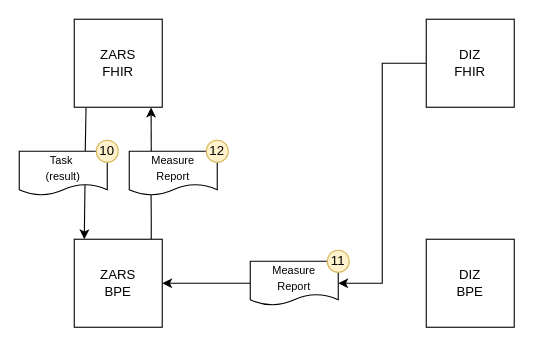
medizininformatik-initiative/mii-process-feasibility keeps this draw.io diagram as codex-process-feasibility/docs/codex-feasibility-process-04.drawio. Above is the earlier version. Source tidied: cells renumbered, new cells numbered last; positions are measured from the earlier drawing's top-left corner, leaving out a move shared by most shapes. Both pictures are drawn from the tidied source at 110%, with x=0, y=0 at pixel (19, 19).
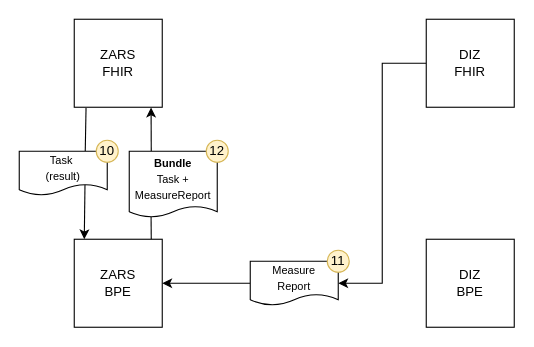
The same page after the edit.

Change to the diagram source:
```diff
@@
 <mxGraphModel>
   <root>
     <mxCell id="0" />
     <mxCell id="1" parent="0" />
     <mxCell id="2" style="edgeStyle=orthogonalEdgeStyle;rounded=0;jettySize=auto;html=1;exitX=0.134;exitY=1.007;exitDx=0;exitDy=0;entryX=0.75;entryY=0;entryDx=0;entryDy=0;startArrow=none;startFill=0;endArrow=none;endFill=0;exitPerimeter=0;" parent="1" edge="1" source="3" target="15">
       <mxGeometry relative="1" as="geometry" />
     </mxCell>
     <mxCell id="3" value="ZARS&lt;br&gt;FHIR" style="whiteSpace=wrap;html=1;" parent="1" vertex="1">
       <mxGeometry x="50" width="80" height="80" as="geometry" />
     </mxCell>
     <mxCell id="4" style="edgeStyle=orthogonalEdgeStyle;rounded=0;jettySize=auto;html=1;exitX=0.875;exitY=0.002;exitDx=0;exitDy=0;entryX=0.248;entryY=0.994;entryDx=0;entryDy=0;entryPerimeter=0;startArrow=none;startFill=0;endArrow=none;endFill=0;exitPerimeter=0;" parent="1" edge="1" source="6" target="11">
       <mxGeometry relative="1" as="geometry" />
     </mxCell>
     <mxCell id="5" style="edgeStyle=orthogonalEdgeStyle;rounded=0;jettySize=auto;html=1;exitX=0.114;exitY=0;exitDx=0;exitDy=0;startArrow=classic;startFill=1;endArrow=none;endFill=0;exitPerimeter=0;entryX=0.747;entryY=0.761;entryDx=0;entryDy=0;entryPerimeter=0;" parent="1" edge="1" source="6" target="15">
       <mxGeometry relative="1" as="geometry">
         <Array as="points">
           <mxPoint x="60" y="200" />
         </Array>
       </mxGeometry>
     </mxCell>
     <mxCell id="6" value="ZARS&lt;br&gt;BPE" style="whiteSpace=wrap;html=1;" parent="1" vertex="1">
       <mxGeometry x="50" y="200" width="80" height="80" as="geometry" />
     </mxCell>
     <mxCell id="7" style="edgeStyle=orthogonalEdgeStyle;rounded=0;jettySize=auto;html=1;exitX=0;exitY=0.5;exitDx=0;exitDy=0;entryX=1;entryY=0.5;entryDx=0;entryDy=0;startArrow=none;startFill=0;endArrow=classic;endFill=1;" parent="1" edge="1" source="8" target="14">
       <mxGeometry relative="1" as="geometry" />
     </mxCell>
     <mxCell id="8" value="DIZ&lt;br&gt;FHIR" style="whiteSpace=wrap;html=1;" parent="1" vertex="1">
       <mxGeometry x="370" width="80" height="80" as="geometry" />
     </mxCell>
     <mxCell id="9" value="DIZ&lt;br&gt;BPE" style="whiteSpace=wrap;html=1;" parent="1" vertex="1">
       <mxGeometry x="370" y="200" width="80" height="80" as="geometry" />
     </mxCell>
     <mxCell id="10" style="edgeStyle=orthogonalEdgeStyle;rounded=0;jettySize=auto;html=1;exitX=0.25;exitY=0;exitDx=0;exitDy=0;startArrow=none;startFill=0;endArrow=classic;endFill=1;entryX=0.873;entryY=1.004;entryDx=0;entryDy=0;entryPerimeter=0;" parent="1" edge="1" source="11" target="3">
       <mxGeometry relative="1" as="geometry" />
     </mxCell>
-    <mxCell id="11" value="&lt;font style=&quot;font-size: 10px&quot;&gt;Measure&lt;br&gt;Report&lt;/font&gt;" style="shape=document;whiteSpace=wrap;html=1;boundedLbl=1;size=0.25;" parent="1" vertex="1">
-      <mxGeometry x="100" y="120" width="80" height="40" as="geometry" />
+    <mxCell id="11" value="&lt;font style=&quot;font-size: 10px&quot;&gt;&lt;b&gt;Bundle&lt;/b&gt;&lt;br&gt;Task +&lt;br&gt;MeasureReport&lt;/font&gt;" style="shape=document;whiteSpace=wrap;html=1;boundedLbl=1;size=0.16666666666666669;" parent="1" vertex="1">
+      <mxGeometry x="100" y="120" width="80" height="60" as="geometry" />
     </mxCell>
     <mxCell id="12" value="12" style="ellipse;whiteSpace=wrap;html=1;fillColor=#fff2cc;strokeColor=#d6b656;" parent="1" vertex="1">
       <mxGeometry x="170" y="110" width="20" height="20" as="geometry" />
     </mxCell>
     <mxCell id="13" style="edgeStyle=orthogonalEdgeStyle;rounded=0;jettySize=auto;html=1;exitX=0;exitY=0.5;exitDx=0;exitDy=0;entryX=1;entryY=0.5;entryDx=0;entryDy=0;startArrow=none;startFill=0;endArrow=classic;endFill=1;" parent="1" edge="1" source="14" target="6">
       <mxGeometry relative="1" as="geometry" />
     </mxCell>
     <mxCell id="14" value="&lt;font style=&quot;font-size: 10px&quot;&gt;Measure&lt;br&gt;Report&lt;/font&gt;" style="shape=document;whiteSpace=wrap;html=1;boundedLbl=1;size=0.25;" parent="1" vertex="1">
       <mxGeometry x="210" y="220" width="80" height="40" as="geometry" />
     </mxCell>
     <mxCell id="15" value="&lt;font style=&quot;font-size: 10px&quot;&gt;Task&amp;nbsp;&lt;br&gt;(result)&lt;/font&gt;" style="shape=document;whiteSpace=wrap;html=1;boundedLbl=1;size=0.25;" parent="1" vertex="1">
       <mxGeometry y="120" width="80" height="40" as="geometry" />
     </mxCell>
     <mxCell id="16" value="10" style="ellipse;whiteSpace=wrap;html=1;fillColor=#fff2cc;strokeColor=#d6b656;" parent="1" vertex="1">
       <mxGeometry x="70" y="110" width="20" height="20" as="geometry" />
     </mxCell>
     <mxCell id="17" value="11" style="ellipse;whiteSpace=wrap;html=1;fillColor=#fff2cc;strokeColor=#d6b656;" parent="1" vertex="1">
       <mxGeometry x="280" y="210" width="20" height="20" as="geometry" />
     </mxCell>
   </root>
 </mxGraphModel>
```
